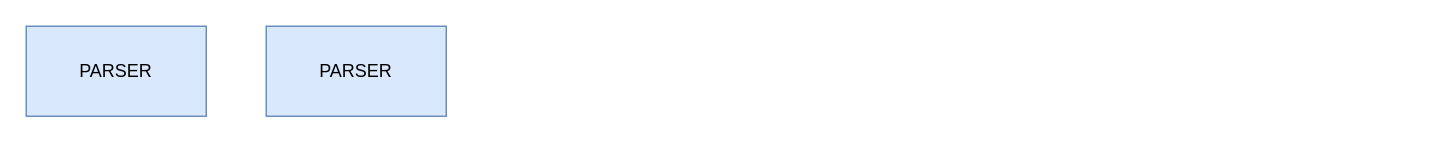
Before: page "architecture" (1 of 2) of content/docs/lectures/nlp/images/nlp.drawio in cicyfan/cs-gy-6613-spring-2020, a draw.io diagram. Source tidied: cells renumbered, new cells numbered last; positions are measured from the earlier drawing's top-left corner, leaving out a move shared by most shapes. Both pictures are drawn from the tidied source at 150%, with x=0, y=0 at pixel (26, 26).
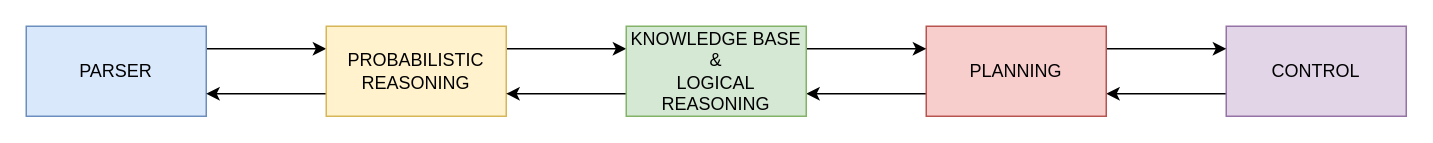
The same page after the edit.

Change to the diagram source:
```diff
@@
 <mxGraphModel>
   <root>
     <mxCell id="0" />
     <mxCell id="1" parent="0" />
+    <mxCell id="4" style="edgeStyle=orthogonalEdgeStyle;rounded=0;jettySize=auto;html=1;exitX=1;exitY=0.25;exitDx=0;exitDy=0;entryX=0;entryY=0.25;entryDx=0;entryDy=0;" parent="1" edge="1" source="2" target="3">
+      <mxGeometry relative="1" as="geometry" />
+    </mxCell>
     <mxCell id="2" value="PARSER" style="rounded=0;whiteSpace=wrap;html=1;fillColor=#dae8fc;strokeColor=#6c8ebf;" parent="1" vertex="1">
       <mxGeometry width="120" height="60" as="geometry" />
     </mxCell>
+    <mxCell id="5" style="edgeStyle=orthogonalEdgeStyle;rounded=0;jettySize=auto;html=1;exitX=1;exitY=0.25;exitDx=0;exitDy=0;entryX=0;entryY=0.25;entryDx=0;entryDy=0;" parent="1" edge="1" source="3" target="14">
+      <mxGeometry relative="1" as="geometry" />
+    </mxCell>
+    <mxCell id="6" style="edgeStyle=orthogonalEdgeStyle;rounded=0;jettySize=auto;html=1;exitX=0;exitY=0.75;exitDx=0;exitDy=0;entryX=1;entryY=0.75;entryDx=0;entryDy=0;" parent="1" edge="1" source="3" target="2">
+      <mxGeometry relative="1" as="geometry" />
+    </mxCell>
-    <mxCell id="3" value="PARSER" style="rounded=0;whiteSpace=wrap;html=1;fillColor=#dae8fc;strokeColor=#6c8ebf;" parent="1" vertex="1">
-      <mxGeometry x="160" width="120" height="60" as="geometry" />
+    <mxCell id="3" value="PROBABILISTIC&lt;br&gt;REASONING" style="rounded=0;whiteSpace=wrap;html=1;fillColor=#fff2cc;strokeColor=#d6b656;" parent="1" vertex="1">
+      <mxGeometry x="200" width="120" height="60" as="geometry" />
     </mxCell>
+    <mxCell id="7" style="edgeStyle=orthogonalEdgeStyle;rounded=0;jettySize=auto;html=1;exitX=0;exitY=0.75;exitDx=0;exitDy=0;entryX=1;entryY=0.75;entryDx=0;entryDy=0;" parent="1" edge="1" source="8" target="11">
+      <mxGeometry relative="1" as="geometry" />
+    </mxCell>
+    <mxCell id="8" value="CONTROL" style="rounded=0;whiteSpace=wrap;html=1;fillColor=#e1d5e7;strokeColor=#9673a6;" parent="1" vertex="1">
+      <mxGeometry x="800" width="120" height="60" as="geometry" />
+    </mxCell>
+    <mxCell id="9" style="edgeStyle=orthogonalEdgeStyle;rounded=0;jettySize=auto;html=1;exitX=1;exitY=0.25;exitDx=0;exitDy=0;entryX=0;entryY=0.25;entryDx=0;entryDy=0;" parent="1" edge="1" source="11" target="8">
+      <mxGeometry relative="1" as="geometry" />
+    </mxCell>
+    <mxCell id="10" style="edgeStyle=orthogonalEdgeStyle;rounded=0;jettySize=auto;html=1;exitX=0;exitY=0.75;exitDx=0;exitDy=0;entryX=1;entryY=0.75;entryDx=0;entryDy=0;" parent="1" edge="1" source="11" target="14">
+      <mxGeometry relative="1" as="geometry" />
+    </mxCell>
+    <mxCell id="11" value="PLANNING" style="rounded=0;whiteSpace=wrap;html=1;fillColor=#f8cecc;strokeColor=#b85450;" parent="1" vertex="1">
+      <mxGeometry x="600" width="120" height="60" as="geometry" />
+    </mxCell>
+    <mxCell id="12" style="edgeStyle=orthogonalEdgeStyle;rounded=0;jettySize=auto;html=1;exitX=1;exitY=0.25;exitDx=0;exitDy=0;entryX=0;entryY=0.25;entryDx=0;entryDy=0;" parent="1" edge="1" source="14" target="11">
+      <mxGeometry relative="1" as="geometry" />
+    </mxCell>
+    <mxCell id="13" style="edgeStyle=orthogonalEdgeStyle;rounded=0;jettySize=auto;html=1;exitX=0;exitY=0.75;exitDx=0;exitDy=0;entryX=1;entryY=0.75;entryDx=0;entryDy=0;" parent="1" edge="1" source="14" target="3">
+      <mxGeometry relative="1" as="geometry" />
+    </mxCell>
+    <mxCell id="14" value="KNOWLEDGE BASE &amp;amp; &lt;br&gt;LOGICAL&lt;br&gt;REASONING" style="rounded=0;whiteSpace=wrap;html=1;fillColor=#d5e8d4;strokeColor=#82b366;" parent="1" vertex="1">
+      <mxGeometry x="400" width="120" height="60" as="geometry" />
+    </mxCell>
   </root>
 </mxGraphModel>
```
